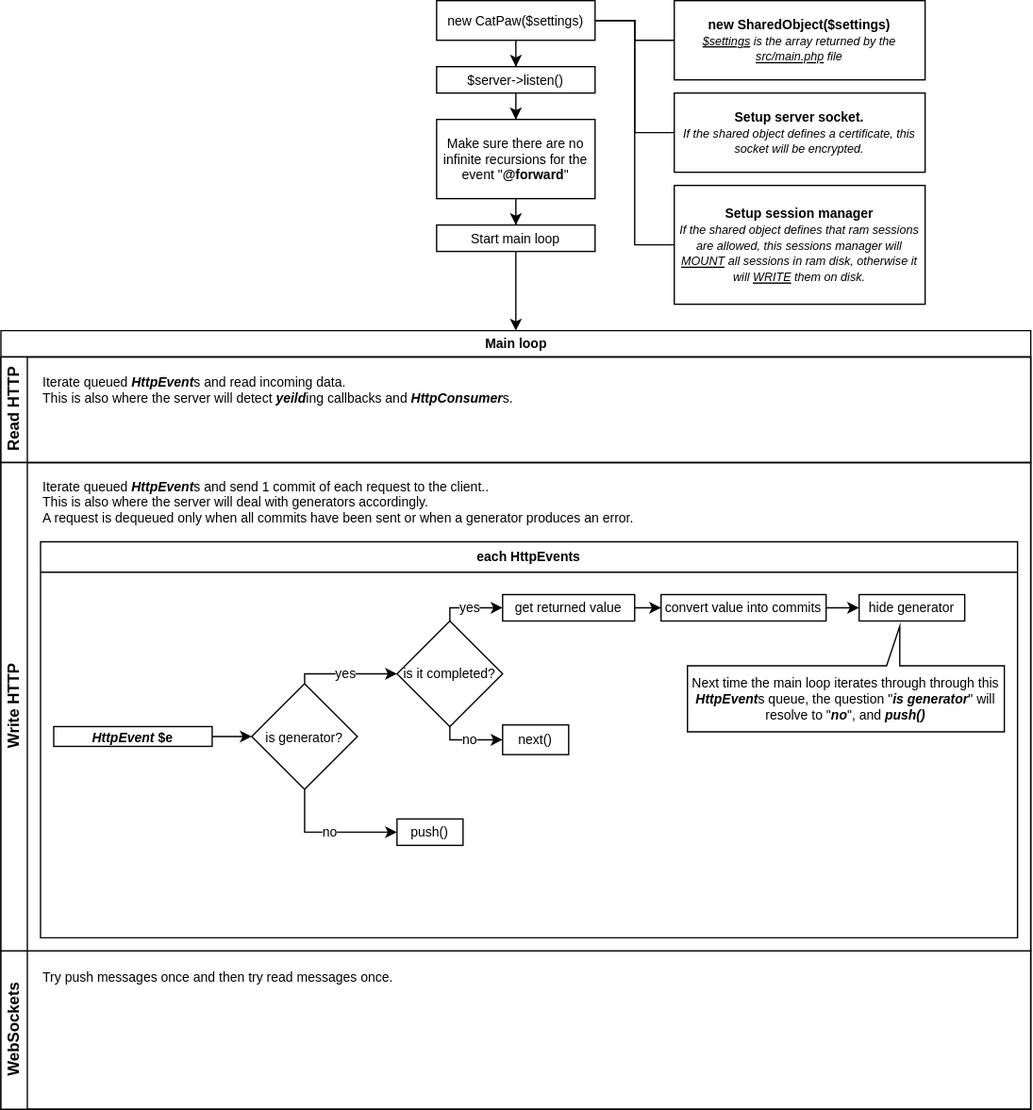
Earlier version of the draw.io export diagram.svg (razshare/catpaw-starter). Source tidied: cells renumbered, new cells last; positions are measured from the earlier drawing's top-left corner, leaving out a move shared by most shapes.
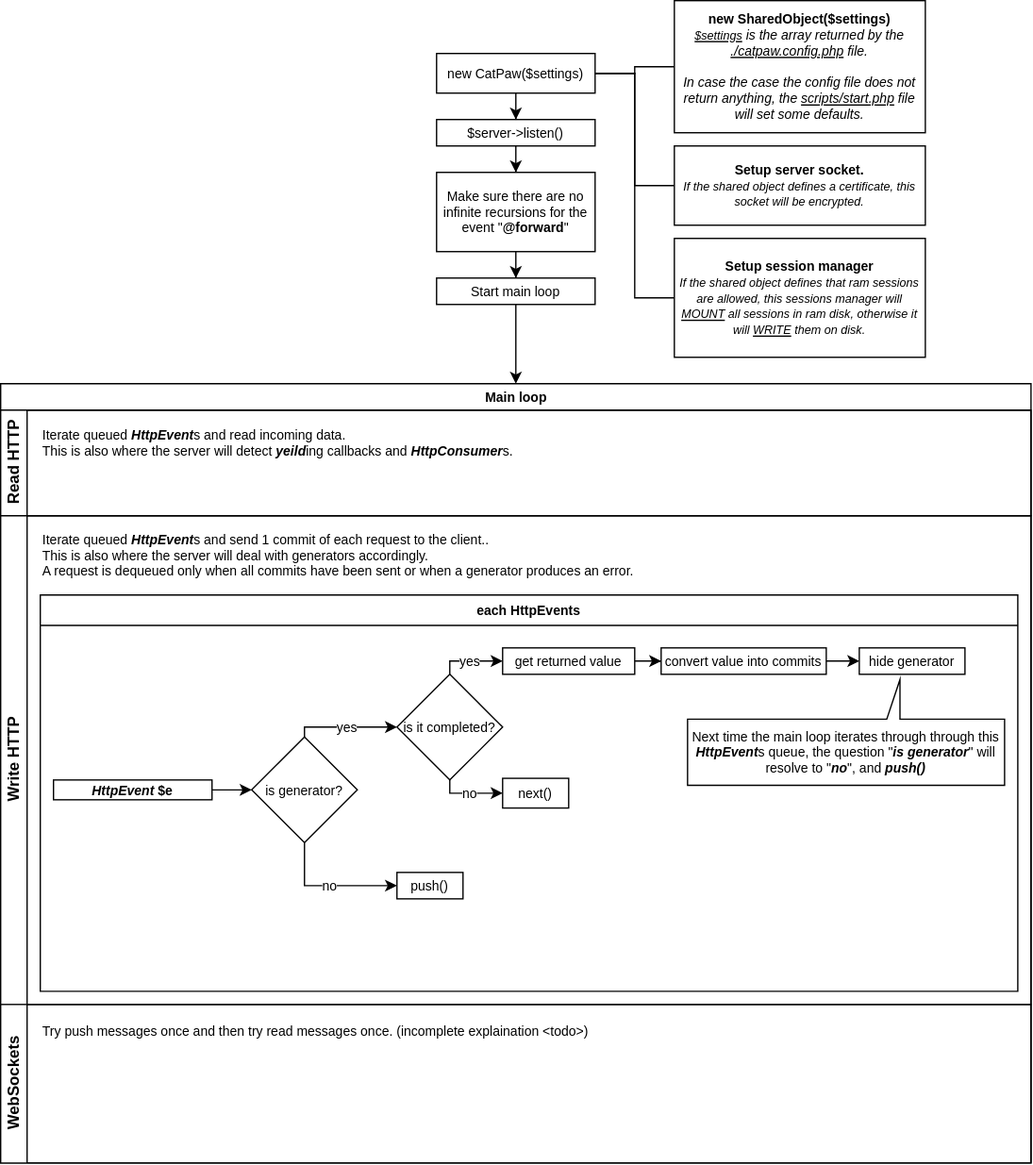
Later version of the same file.

Diff of the diagram source:
```diff
@@ -23,8 +23,8 @@
     <mxCell id="8" value="&lt;font style=&quot;font-size: 10px&quot;&gt;$server-&amp;gt;listen()&lt;/font&gt;" style="rounded=0;whiteSpace=wrap;html=1;" parent="1" vertex="1">
       <mxGeometry x="330" y="50" width="120" height="20" as="geometry" />
     </mxCell>
-    <mxCell id="9" value="&lt;b&gt;new SharedObject($settings)&lt;/b&gt;&lt;br&gt;&lt;i&gt;&lt;font style=&quot;font-size: 9px&quot;&gt;&lt;u&gt;$settings&lt;/u&gt; is the array returned by the &lt;u&gt;src/main.php&lt;/u&gt;&amp;nbsp;file&lt;/font&gt;&lt;/i&gt;" style="rounded=0;whiteSpace=wrap;html=1;fontSize=10;" parent="1" vertex="1">
-      <mxGeometry x="510" width="190" height="60" as="geometry" />
+    <mxCell id="9" value="&lt;b&gt;new SharedObject($settings)&lt;/b&gt;&lt;br&gt;&lt;i&gt;&lt;font&gt;&lt;u style=&quot;font-size: 9px&quot;&gt;$settings&lt;/u&gt;&lt;font size=&quot;1&quot;&gt; is the array returned by the &lt;/font&gt;&lt;u&gt;&lt;font size=&quot;1&quot;&gt;./catpaw.config.php&lt;/font&gt;&lt;/u&gt;&lt;font size=&quot;1&quot;&gt;&amp;nbsp;file.&lt;br&gt;&lt;br&gt;In case the case the config file does not return anything, the &lt;u&gt;scripts/start.php&lt;/u&gt; file will set some defaults.&lt;br&gt;&lt;/font&gt;&lt;/font&gt;&lt;/i&gt;" style="rounded=0;whiteSpace=wrap;html=1;fontSize=10;" parent="1" vertex="1">
+      <mxGeometry x="510" y="-40" width="190" height="100" as="geometry" />
     </mxCell>
     <mxCell id="10" value="&lt;b&gt;&lt;font style=&quot;font-size: 10px&quot;&gt;Setup session manager&lt;/font&gt;&lt;/b&gt;&lt;br&gt;&lt;font style=&quot;font-size: 9px&quot;&gt;&lt;i&gt;If the shared object defines that ram sessions are allowed, this sessions manager will &lt;u&gt;MOUNT&lt;/u&gt; all sessions in ram disk, otherwise it will &lt;u&gt;WRITE&lt;/u&gt;&amp;nbsp;them on disk.&lt;/i&gt;&lt;/font&gt;" style="rounded=0;whiteSpace=wrap;html=1;fontSize=10;" parent="1" vertex="1">
       <mxGeometry x="510" y="140" width="190" height="90" as="geometry" />
@@ -129,8 +129,8 @@
     <mxCell id="38" value="WebSockets" style="swimlane;html=1;startSize=20;horizontal=0;" parent="16" vertex="1">
       <mxGeometry y="470" width="780" height="120" as="geometry" />
     </mxCell>
-    <mxCell id="39" value="Try push messages once and then try read messages once." style="text;html=1;align=left;verticalAlign=middle;fontSize=10;" parent="38" vertex="1">
-      <mxGeometry x="30" y="10" width="280" height="20" as="geometry" />
+    <mxCell id="39" value="Try push messages once and then try read messages once. (incomplete explaination &amp;lt;todo&amp;gt;)" style="text;html=1;align=left;verticalAlign=middle;fontSize=10;" parent="38" vertex="1">
+      <mxGeometry x="30" y="10" width="430" height="20" as="geometry" />
     </mxCell>
   </root>
 </mxGraphModel>
```
